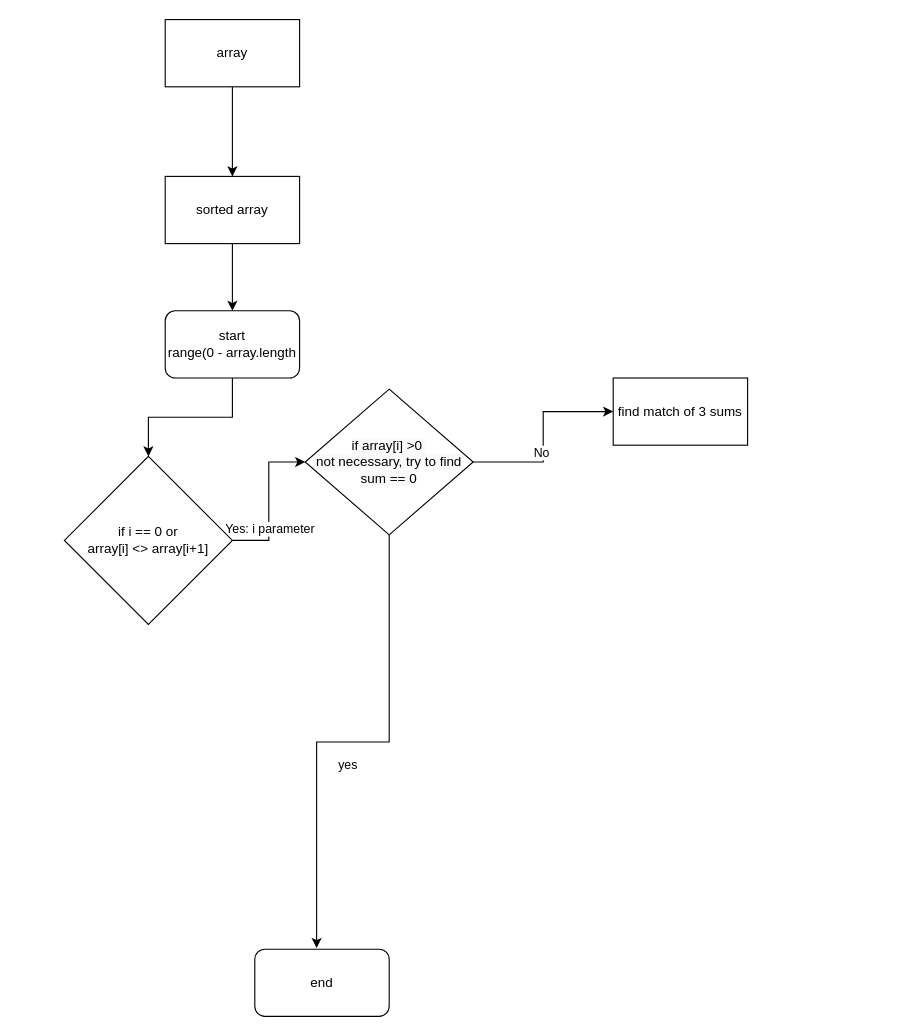
Earlier version of the draw.io diagram 3sums.drawio (cheungh/algorithm). Source tidied: cells renumbered, new cells numbered last; positions are measured from the earlier drawing's top-left corner, leaving out a move shared by most shapes. Both pictures are drawn from the tidied source at 112%, with x=0, y=0 at pixel (64, 19).
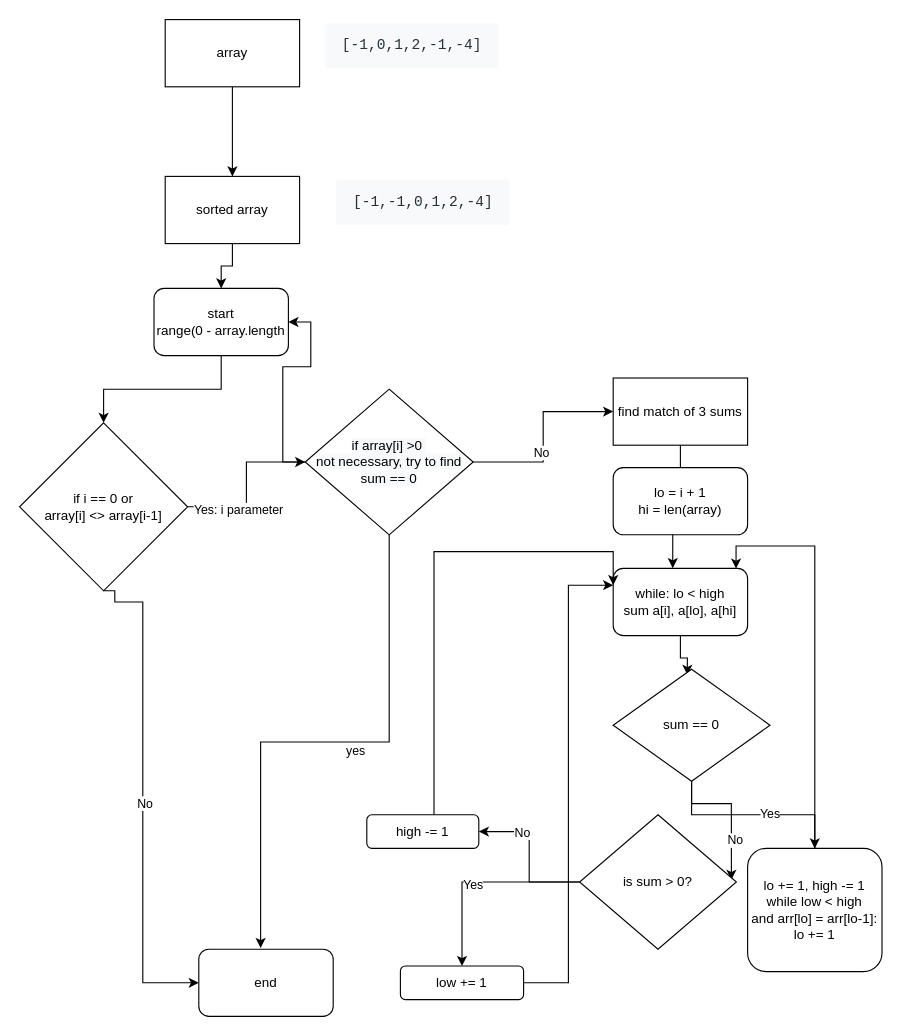
Above is the later version.

Unchanged cells that the change refers to:
```xml
<mxCell id="12" value="find match of 3 sums" style="rounded=0;whiteSpace=wrap;html=1;" parent="1" vertex="1">
  <mxGeometry x="490" y="320" width="120" height="60" as="geometry" />
</mxCell>
<mxCell id="17" value="&#10;&#10;&lt;span style=&quot;color: rgb(0, 0, 0); font-family: helvetica; font-size: 12px; font-style: normal; font-weight: 400; letter-spacing: normal; text-align: center; text-indent: 0px; text-transform: none; word-spacing: 0px; background-color: rgb(248, 249, 250); display: inline; float: none;&quot;&gt;if array[i] &amp;gt;0&amp;nbsp;&lt;/span&gt;&lt;br style=&quot;color: rgb(0, 0, 0); font-family: helvetica; font-size: 12px; font-style: normal; font-weight: 400; letter-spacing: normal; text-align: center; text-indent: 0px; text-transform: none; word-spacing: 0px;&quot;&gt;&lt;span style=&quot;color: rgb(0, 0, 0); font-family: helvetica; font-size: 12px; font-style: normal; font-weight: 400; letter-spacing: normal; text-align: center; text-indent: 0px; text-transform: none; word-spacing: 0px; background-color: rgb(248, 249, 250); display: inline; float: none;&quot;&gt;not necessary, try to find sum == 0&lt;/span&gt;&#10;&#10;" style="rhombus;whiteSpace=wrap;html=1;" parent="1" vertex="1">
  <mxGeometry x="215" y="330" width="150" height="130" as="geometry" />
</mxCell>
```

What changed in the source:
```diff
@@
     <mxCell id="7" value="start&lt;br&gt;range(0 - array.length" style="rounded=1;whiteSpace=wrap;html=1;" parent="1" vertex="1">
-      <mxGeometry x="90" y="260" width="120" height="60" as="geometry" />
+      <mxGeometry x="80" y="240" width="120" height="60" as="geometry" />
     </mxCell>
     <mxCell id="8" value="end" style="rounded=1;whiteSpace=wrap;html=1;" parent="1" vertex="1">
-      <mxGeometry x="170" y="830" width="120" height="60" as="geometry" />
+      <mxGeometry x="120" y="830" width="120" height="60" as="geometry" />
     </mxCell>
@@
+    <mxCell id="18" style="edgeStyle=orthogonalEdgeStyle;rounded=0;jettySize=auto;html=1;entryX=0;entryY=0.5;entryDx=0;entryDy=0;exitX=0.5;exitY=1;exitDx=0;exitDy=0;" parent="1" edge="1" source="11" target="8">
+      <mxGeometry relative="1" as="geometry">
+        <Array as="points">
+          <mxPoint x="45" y="510" />
+          <mxPoint x="45" y="520" />
+          <mxPoint x="70" y="520" />
+          <mxPoint x="70" y="860" />
+        </Array>
+      </mxGeometry>
+    </mxCell>
+    <mxCell id="19" value="No" style="edgeLabel;html=1;align=center;verticalAlign=middle;" parent="18" vertex="1">
+      <mxGeometry x="0.03" y="1" relative="1" as="geometry" />
+    </mxCell>
-    <mxCell id="11" value="if i == 0 or&lt;br&gt;array[i] &amp;lt;&amp;gt; array[i+1]" style="rhombus;whiteSpace=wrap;html=1;" parent="1" vertex="1">
-      <mxGeometry y="390" width="150" height="150" as="geometry" />
+    <mxCell id="11" value="if i == 0 or&lt;br&gt;array[i] &amp;lt;&amp;gt; array[i-1]" style="rhombus;whiteSpace=wrap;html=1;" parent="1" vertex="1">
+      <mxGeometry x="-40" y="360" width="150" height="150" as="geometry" />
     </mxCell>
+    <mxCell id="20" style="edgeStyle=orthogonalEdgeStyle;rounded=0;jettySize=auto;html=1;entryX=0.443;entryY=-0.003;entryDx=0;entryDy=0;entryPerimeter=0;" parent="1" edge="1" source="12" target="23">
+      <mxGeometry relative="1" as="geometry" />
+    </mxCell>
@@
+    <mxCell id="21" style="edgeStyle=orthogonalEdgeStyle;rounded=0;jettySize=auto;html=1;entryX=1;entryY=0.5;entryDx=0;entryDy=0;" parent="1" edge="1" source="17" target="7">
+      <mxGeometry relative="1" as="geometry" />
+    </mxCell>
@@
+    <mxCell id="22" style="edgeStyle=orthogonalEdgeStyle;rounded=0;jettySize=auto;html=1;entryX=0.473;entryY=0.05;entryDx=0;entryDy=0;entryPerimeter=0;" parent="1" edge="1" source="23" target="30">
+      <mxGeometry relative="1" as="geometry" />
+    </mxCell>
+    <mxCell id="23" value="while: lo &amp;lt; high&lt;br&gt;sum a[i], a[lo], a[hi]" style="rounded=1;whiteSpace=wrap;html=1;" parent="1" vertex="1">
+      <mxGeometry x="490" y="490" width="120" height="60" as="geometry" />
+    </mxCell>
+    <mxCell id="24" value="&lt;pre style=&quot;box-sizing: border-box ; font-family: , &amp;#34;consolas&amp;#34; , &amp;#34;liberation mono&amp;#34; , &amp;#34;menlo&amp;#34; , &amp;#34;courier&amp;#34; , monospace ; font-size: 13px ; margin-top: 0px ; margin-bottom: 1em ; overflow: auto ; background: rgb(247 , 249 , 250) ; padding: 10px 15px ; color: rgb(38 , 50 , 56) ; line-height: 1.6 ; border-radius: 3px&quot;&gt;[-1,0,1,2,-1,-4]&lt;/pre&gt;" style="text;html=1;align=center;verticalAlign=middle;" parent="1" vertex="1">
+      <mxGeometry x="230" width="160" height="60" as="geometry" />
+    </mxCell>
+    <mxCell id="25" value="&lt;pre style=&quot;box-sizing: border-box ; font-family: , &amp;#34;consolas&amp;#34; , &amp;#34;liberation mono&amp;#34; , &amp;#34;menlo&amp;#34; , &amp;#34;courier&amp;#34; , monospace ; font-size: 13px ; margin-top: 0px ; margin-bottom: 1em ; overflow: auto ; background: rgb(247 , 249 , 250) ; padding: 10px 15px ; color: rgb(38 , 50 , 56) ; line-height: 1.6 ; border-radius: 3px&quot;&gt;[-1,-1,0,1,2,-4]&lt;/pre&gt;" style="text;html=1;align=center;verticalAlign=middle;" parent="1" vertex="1">
+      <mxGeometry x="240" y="140" width="160" height="60" as="geometry" />
+    </mxCell>
+    <mxCell id="26" style="edgeStyle=orthogonalEdgeStyle;rounded=0;jettySize=auto;html=1;" parent="1" edge="1" source="30" target="37">
+      <mxGeometry relative="1" as="geometry" />
+    </mxCell>
+    <mxCell id="27" value="Yes" style="edgeLabel;html=1;align=center;verticalAlign=middle;" parent="26" vertex="1">
+      <mxGeometry x="0.16" y="2" relative="1" as="geometry" />
+    </mxCell>
+    <mxCell id="28" style="edgeStyle=orthogonalEdgeStyle;rounded=0;jettySize=auto;html=1;entryX=0.968;entryY=0.484;entryDx=0;entryDy=0;entryPerimeter=0;" parent="1" edge="1" source="30" target="35">
+      <mxGeometry relative="1" as="geometry" />
+    </mxCell>
+    <mxCell id="29" value="No" style="edgeLabel;html=1;align=center;verticalAlign=middle;" parent="28" vertex="1">
+      <mxGeometry x="0.42" y="3" relative="1" as="geometry" />
+    </mxCell>
+    <mxCell id="30" value="sum == 0" style="rhombus;whiteSpace=wrap;html=1;" parent="1" vertex="1">
+      <mxGeometry x="490" y="580" width="140" height="100" as="geometry" />
+    </mxCell>
+    <mxCell id="31" style="edgeStyle=orthogonalEdgeStyle;rounded=0;jettySize=auto;html=1;entryX=0.5;entryY=0;entryDx=0;entryDy=0;" parent="1" edge="1" source="35" target="41">
+      <mxGeometry relative="1" as="geometry" />
+    </mxCell>
+    <mxCell id="32" value="Yes" style="edgeLabel;html=1;align=center;verticalAlign=middle;" parent="31" vertex="1">
+      <mxGeometry x="0.07" y="2" relative="1" as="geometry" />
+    </mxCell>
+    <mxCell id="33" style="edgeStyle=orthogonalEdgeStyle;rounded=0;jettySize=auto;html=1;entryX=1;entryY=0.5;entryDx=0;entryDy=0;" parent="1" edge="1" source="35" target="39">
+      <mxGeometry relative="1" as="geometry" />
+    </mxCell>
+    <mxCell id="34" value="No" style="edgeLabel;html=1;align=center;verticalAlign=middle;" parent="33" vertex="1">
+      <mxGeometry x="0.43" relative="1" as="geometry" />
+    </mxCell>
+    <mxCell id="35" value="is sum &amp;gt; 0?" style="rhombus;whiteSpace=wrap;html=1;" parent="1" vertex="1">
+      <mxGeometry x="460" y="710" width="140" height="120" as="geometry" />
+    </mxCell>
+    <mxCell id="36" style="edgeStyle=orthogonalEdgeStyle;rounded=0;jettySize=auto;html=1;entryX=0.914;entryY=0.002;entryDx=0;entryDy=0;entryPerimeter=0;" parent="1" edge="1" source="37" target="23">
+      <mxGeometry relative="1" as="geometry" />
+    </mxCell>
+    <mxCell id="37" value="lo += 1, high -= 1&lt;br&gt;while low &amp;lt; high &lt;br&gt;and arr[lo] = arr[lo-1]:&lt;br&gt;lo += 1" style="rounded=1;whiteSpace=wrap;html=1;" parent="1" vertex="1">
+      <mxGeometry x="610" y="740" width="120" height="110" as="geometry" />
+    </mxCell>
+    <mxCell id="38" style="edgeStyle=orthogonalEdgeStyle;rounded=0;jettySize=auto;html=1;entryX=0;entryY=0.25;entryDx=0;entryDy=0;" parent="1" edge="1" source="39" target="23">
+      <mxGeometry relative="1" as="geometry">
+        <Array as="points">
+          <mxPoint x="330" y="475" />
+        </Array>
+      </mxGeometry>
+    </mxCell>
+    <mxCell id="39" value="high -= 1" style="rounded=1;whiteSpace=wrap;html=1;" parent="1" vertex="1">
+      <mxGeometry x="270" y="710" width="100" height="30" as="geometry" />
+    </mxCell>
+    <mxCell id="40" style="edgeStyle=orthogonalEdgeStyle;rounded=0;jettySize=auto;html=1;entryX=0;entryY=0.25;entryDx=0;entryDy=0;" parent="1" edge="1" source="41" target="23">
+      <mxGeometry relative="1" as="geometry" />
+    </mxCell>
+    <mxCell id="41" value="low += 1" style="rounded=1;whiteSpace=wrap;html=1;" parent="1" vertex="1">
+      <mxGeometry x="300" y="845" width="110" height="30" as="geometry" />
+    </mxCell>
+    <mxCell id="42" value="lo = i + 1&lt;br&gt;hi = len(array)" style="rounded=1;whiteSpace=wrap;html=1;" parent="1" vertex="1">
+      <mxGeometry x="490" y="400" width="120" height="60" as="geometry" />
+    </mxCell>
```
